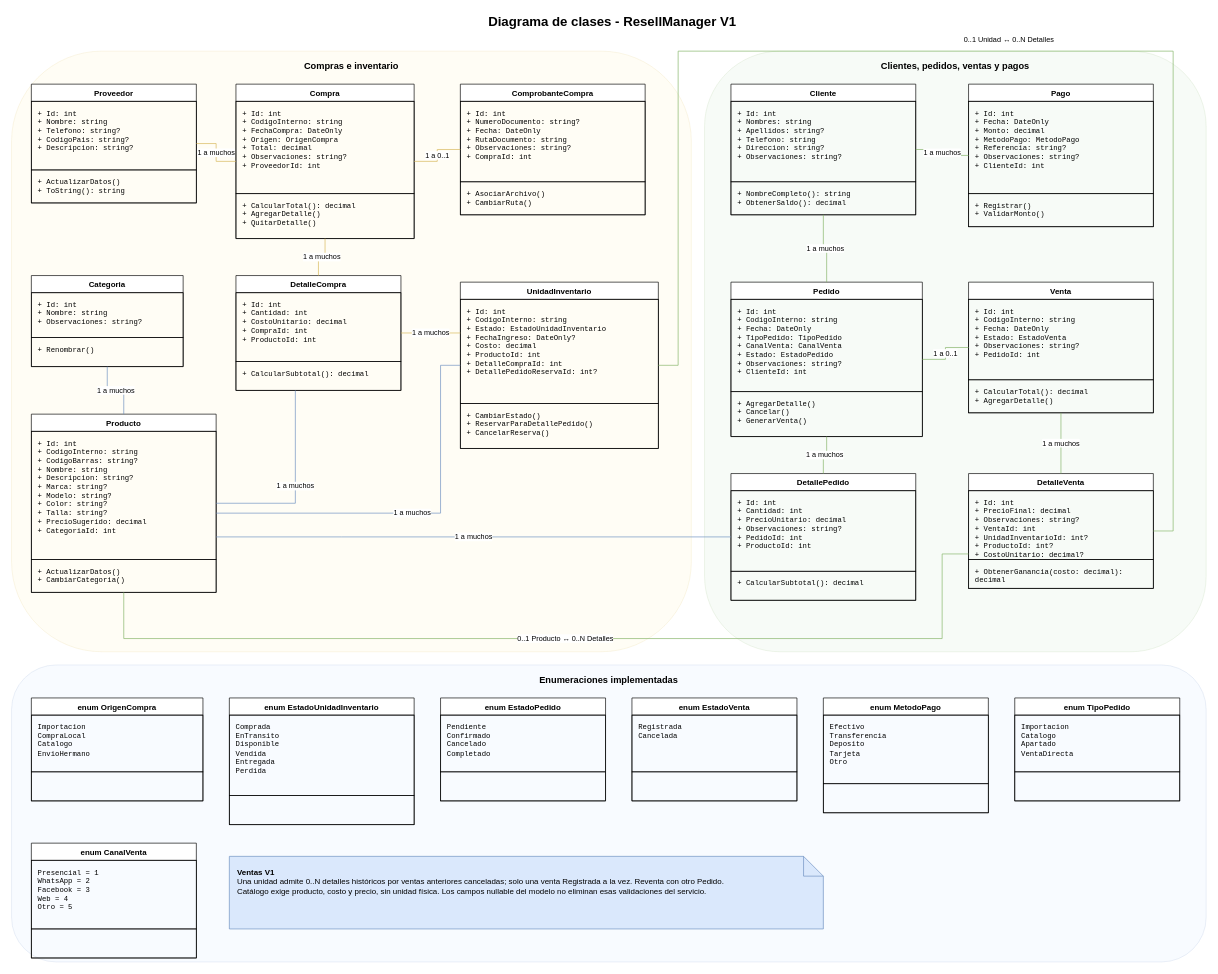
newton0608/ResellManager keeps this draw.io diagram as docs/diagrams/10_DiagramaDeClases.drawio. Above is the earlier version. Source tidied: cells renumbered, new cells numbered last; positions are measured from the earlier drawing's top-left corner, leaving out a move shared by most shapes. Both pictures are drawn from the tidied source at 66%, with x=0, y=0 at pixel (11, 11).
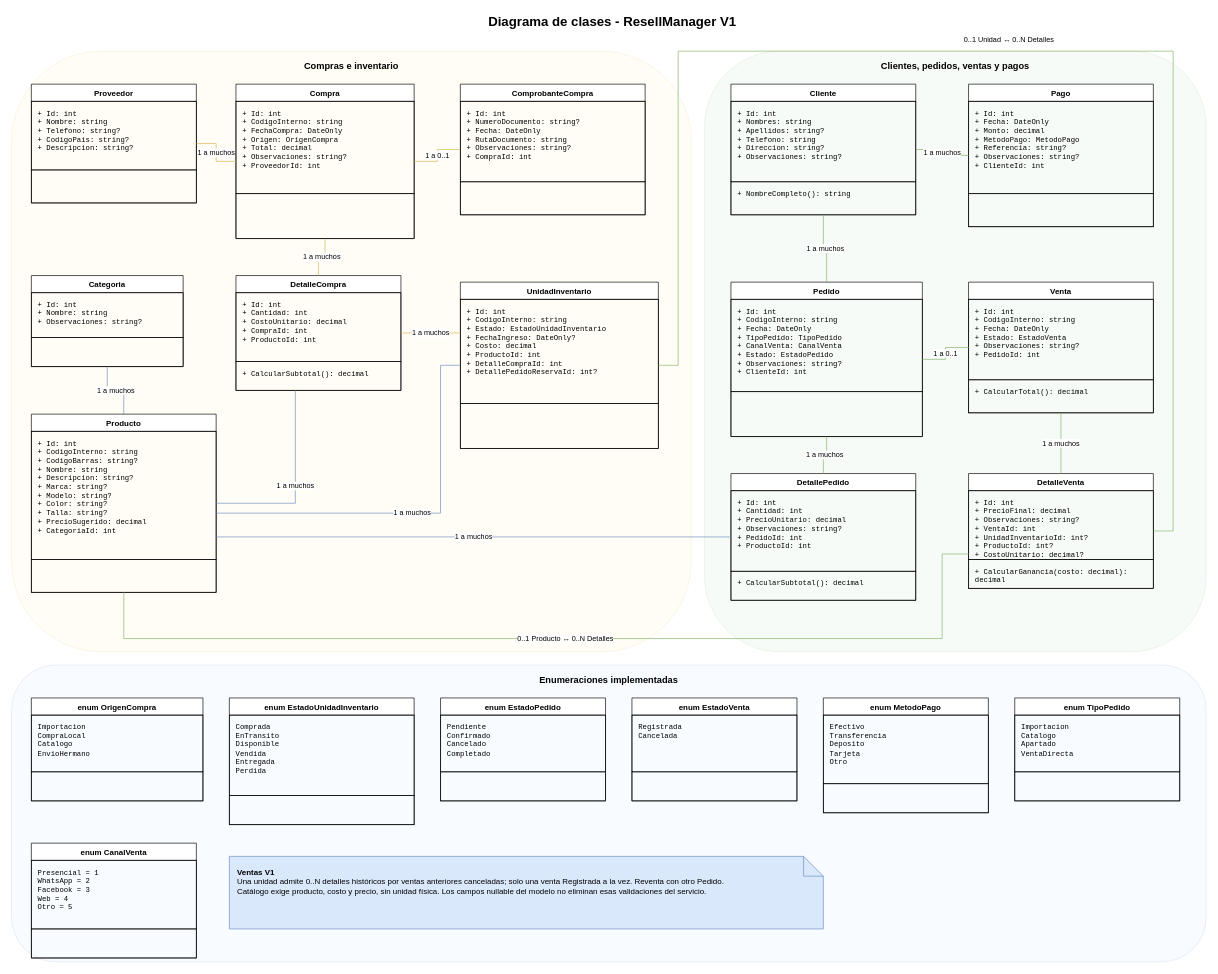
The same diagram, later.

Commit message (it also covers changes not shown here):
docs: resolve final v1 documentation inconsistencies

The change refers to these unchanged cells:
```xml
<mxCell id="6" value="Proveedor" style="swimlane;fontStyle=1;align=center;verticalAlign=top;horizontal=1;startSize=26;whiteSpace=wrap;html=1;" parent="1" vertex="1">
  <mxGeometry x="30" y="110" width="250" height="180" as="geometry" />
</mxCell>
<mxCell id="9" value="Compra" style="swimlane;fontStyle=1;align=center;verticalAlign=top;horizontal=1;startSize=26;whiteSpace=wrap;html=1;" parent="1" vertex="1">
  <mxGeometry x="340" y="110" width="270" height="234" as="geometry" />
</mxCell>
<mxCell id="12" value="ComprobanteCompra" style="swimlane;fontStyle=1;align=center;verticalAlign=top;horizontal=1;startSize=26;whiteSpace=wrap;html=1;" parent="1" vertex="1">
  <mxGeometry x="680" y="110" width="280" height="198" as="geometry" />
</mxCell>
<mxCell id="18" value="Categoria" style="swimlane;fontStyle=1;align=center;verticalAlign=top;horizontal=1;startSize=26;whiteSpace=wrap;html=1;" parent="1" vertex="1">
  <mxGeometry x="30" y="400" width="230" height="138" as="geometry" />
</mxCell>
<mxCell id="21" value="Producto" style="swimlane;fontStyle=1;align=center;verticalAlign=top;horizontal=1;startSize=26;whiteSpace=wrap;html=1;" parent="1" vertex="1">
  <mxGeometry x="30" y="610" width="280" height="270" as="geometry" />
</mxCell>
<mxCell id="24" value="UnidadInventario" style="swimlane;fontStyle=1;align=center;verticalAlign=top;horizontal=1;startSize=26;whiteSpace=wrap;html=1;" parent="1" vertex="1">
  <mxGeometry x="680" y="410" width="300" height="252" as="geometry" />
</mxCell>
<mxCell id="27" value="Cliente" style="swimlane;fontStyle=1;align=center;verticalAlign=top;horizontal=1;startSize=26;whiteSpace=wrap;html=1;" parent="1" vertex="1">
  <mxGeometry x="1090" y="110" width="280" height="198" as="geometry" />
</mxCell>
<mxCell id="30" value="Pago" style="swimlane;fontStyle=1;align=center;verticalAlign=top;horizontal=1;startSize=26;whiteSpace=wrap;html=1;" parent="1" vertex="1">
  <mxGeometry x="1450" y="110" width="280" height="216" as="geometry" />
</mxCell>
<mxCell id="33" value="Pedido" style="swimlane;fontStyle=1;align=center;verticalAlign=top;horizontal=1;startSize=26;whiteSpace=wrap;html=1;" parent="1" vertex="1">
  <mxGeometry x="1090" y="410" width="290" height="234" as="geometry" />
</mxCell>
<mxCell id="36" value="Venta" style="swimlane;fontStyle=1;align=center;verticalAlign=top;horizontal=1;startSize=26;whiteSpace=wrap;html=1;" parent="1" vertex="1">
  <mxGeometry x="1450" y="410" width="280" height="198" as="geometry" />
</mxCell>
<mxCell id="42" value="DetalleVenta" style="swimlane;fontStyle=1;align=center;verticalAlign=top;horizontal=1;startSize=26;whiteSpace=wrap;html=1;" parent="1" vertex="1">
  <mxGeometry x="1450" y="700" width="280" height="174" as="geometry" />
</mxCell>
```

What changed in the source:
```diff
@@
-    <mxCell id="8" value="+ ActualizarDatos()&#10;+ ToString(): string" style="text;strokeColor=#000000;fillColor=none;align=left;verticalAlign=top;spacingLeft=8;spacingTop=6;whiteSpace=wrap;html=0;fontSize=11;fontFamily=Consolas;" parent="6" vertex="1">
+    <mxCell id="8" value=" " style="text;strokeColor=#000000;fillColor=none;align=left;verticalAlign=top;spacingLeft=8;spacingTop=6;whiteSpace=wrap;html=0;fontSize=11;fontFamily=Consolas;" parent="6" vertex="1">
       <mxGeometry y="130" width="250" height="50" as="geometry" />
     </mxCell>
@@
-    <mxCell id="11" value="+ CalcularTotal(): decimal&#10;+ AgregarDetalle()&#10;+ QuitarDetalle()" style="text;strokeColor=#000000;fillColor=none;align=left;verticalAlign=top;spacingLeft=8;spacingTop=6;whiteSpace=wrap;html=0;fontSize=11;fontFamily=Consolas;" parent="9" vertex="1">
+    <mxCell id="11" value=" " style="text;strokeColor=#000000;fillColor=none;align=left;verticalAlign=top;spacingLeft=8;spacingTop=6;whiteSpace=wrap;html=0;fontSize=11;fontFamily=Consolas;" parent="9" vertex="1">
       <mxGeometry y="166" width="270" height="68" as="geometry" />
     </mxCell>
@@
-    <mxCell id="14" value="+ AsociarArchivo()&#10;+ CambiarRuta()" style="text;strokeColor=#000000;fillColor=none;align=left;verticalAlign=top;spacingLeft=8;spacingTop=6;whiteSpace=wrap;html=0;fontSize=11;fontFamily=Consolas;" parent="12" vertex="1">
+    <mxCell id="14" value=" " style="text;strokeColor=#000000;fillColor=none;align=left;verticalAlign=top;spacingLeft=8;spacingTop=6;whiteSpace=wrap;html=0;fontSize=11;fontFamily=Consolas;" parent="12" vertex="1">
       <mxGeometry y="148" width="280" height="50" as="geometry" />
     </mxCell>
@@
-    <mxCell id="20" value="+ Renombrar()" style="text;strokeColor=#000000;fillColor=none;align=left;verticalAlign=top;spacingLeft=8;spacingTop=6;whiteSpace=wrap;html=0;fontSize=11;fontFamily=Consolas;" parent="18" vertex="1">
+    <mxCell id="20" value=" " style="text;strokeColor=#000000;fillColor=none;align=left;verticalAlign=top;spacingLeft=8;spacingTop=6;whiteSpace=wrap;html=0;fontSize=11;fontFamily=Consolas;" parent="18" vertex="1">
       <mxGeometry y="94" width="230" height="44" as="geometry" />
     </mxCell>
@@
-    <mxCell id="23" value="+ ActualizarDatos()&#10;+ CambiarCategoria()" style="text;strokeColor=#000000;fillColor=none;align=left;verticalAlign=top;spacingLeft=8;spacingTop=6;whiteSpace=wrap;html=0;fontSize=11;fontFamily=Consolas;" parent="21" vertex="1">
+    <mxCell id="23" value=" " style="text;strokeColor=#000000;fillColor=none;align=left;verticalAlign=top;spacingLeft=8;spacingTop=6;whiteSpace=wrap;html=0;fontSize=11;fontFamily=Consolas;" parent="21" vertex="1">
       <mxGeometry y="220" width="280" height="50" as="geometry" />
     </mxCell>
@@
-    <mxCell id="26" value="+ CambiarEstado()&#10;+ ReservarParaDetallePedido()&#10;+ CancelarReserva()" style="text;strokeColor=#000000;fillColor=none;align=left;verticalAlign=top;spacingLeft=8;spacingTop=6;whiteSpace=wrap;html=0;fontSize=11;fontFamily=Consolas;" parent="24" vertex="1">
+    <mxCell id="26" value=" " style="text;strokeColor=#000000;fillColor=none;align=left;verticalAlign=top;spacingLeft=8;spacingTop=6;whiteSpace=wrap;html=0;fontSize=11;fontFamily=Consolas;" parent="24" vertex="1">
       <mxGeometry y="184" width="300" height="68" as="geometry" />
     </mxCell>
@@
-    <mxCell id="29" value="+ NombreCompleto(): string&#10;+ ObtenerSaldo(): decimal" style="text;strokeColor=#000000;fillColor=none;align=left;verticalAlign=top;spacingLeft=8;spacingTop=6;whiteSpace=wrap;html=0;fontSize=11;fontFamily=Consolas;" parent="27" vertex="1">
+    <mxCell id="29" value="+ NombreCompleto(): string" style="text;strokeColor=#000000;fillColor=none;align=left;verticalAlign=top;spacingLeft=8;spacingTop=6;whiteSpace=wrap;html=0;fontSize=11;fontFamily=Consolas;" parent="27" vertex="1">
       <mxGeometry y="148" width="280" height="50" as="geometry" />
     </mxCell>
@@
-    <mxCell id="32" value="+ Registrar()&#10;+ ValidarMonto()" style="text;strokeColor=#000000;fillColor=none;align=left;verticalAlign=top;spacingLeft=8;spacingTop=6;whiteSpace=wrap;html=0;fontSize=11;fontFamily=Consolas;" parent="30" vertex="1">
+    <mxCell id="32" value=" " style="text;strokeColor=#000000;fillColor=none;align=left;verticalAlign=top;spacingLeft=8;spacingTop=6;whiteSpace=wrap;html=0;fontSize=11;fontFamily=Consolas;" parent="30" vertex="1">
       <mxGeometry y="166" width="280" height="50" as="geometry" />
     </mxCell>
@@
-    <mxCell id="35" value="+ AgregarDetalle()&#10;+ Cancelar()&#10;+ GenerarVenta()" style="text;strokeColor=#000000;fillColor=none;align=left;verticalAlign=top;spacingLeft=8;spacingTop=6;whiteSpace=wrap;html=0;fontSize=11;fontFamily=Consolas;" parent="33" vertex="1">
+    <mxCell id="35" value=" " style="text;strokeColor=#000000;fillColor=none;align=left;verticalAlign=top;spacingLeft=8;spacingTop=6;whiteSpace=wrap;html=0;fontSize=11;fontFamily=Consolas;" parent="33" vertex="1">
       <mxGeometry y="166" width="290" height="68" as="geometry" />
     </mxCell>
@@
-    <mxCell id="38" value="+ CalcularTotal(): decimal&#10;+ AgregarDetalle()" style="text;strokeColor=#000000;fillColor=none;align=left;verticalAlign=top;spacingLeft=8;spacingTop=6;whiteSpace=wrap;html=0;fontSize=11;fontFamily=Consolas;" parent="36" vertex="1">
+    <mxCell id="38" value="+ CalcularTotal(): decimal" style="text;strokeColor=#000000;fillColor=none;align=left;verticalAlign=top;spacingLeft=8;spacingTop=6;whiteSpace=wrap;html=0;fontSize=11;fontFamily=Consolas;" parent="36" vertex="1">
       <mxGeometry y="148" width="280" height="50" as="geometry" />
     </mxCell>
@@
-    <mxCell id="44" value="+ ObtenerGanancia(costo: decimal): decimal" style="text;strokeColor=#000000;fillColor=none;align=left;verticalAlign=top;spacingLeft=8;spacingTop=6;whiteSpace=wrap;html=0;fontSize=11;fontFamily=Consolas;" parent="42" vertex="1">
+    <mxCell id="44" value="+ CalcularGanancia(costo: decimal): decimal" style="text;strokeColor=#000000;fillColor=none;align=left;verticalAlign=top;spacingLeft=8;spacingTop=6;whiteSpace=wrap;html=0;fontSize=11;fontFamily=Consolas;" parent="42" vertex="1">
       <mxGeometry y="130" width="280" height="44" as="geometry" />
     </mxCell>
```
